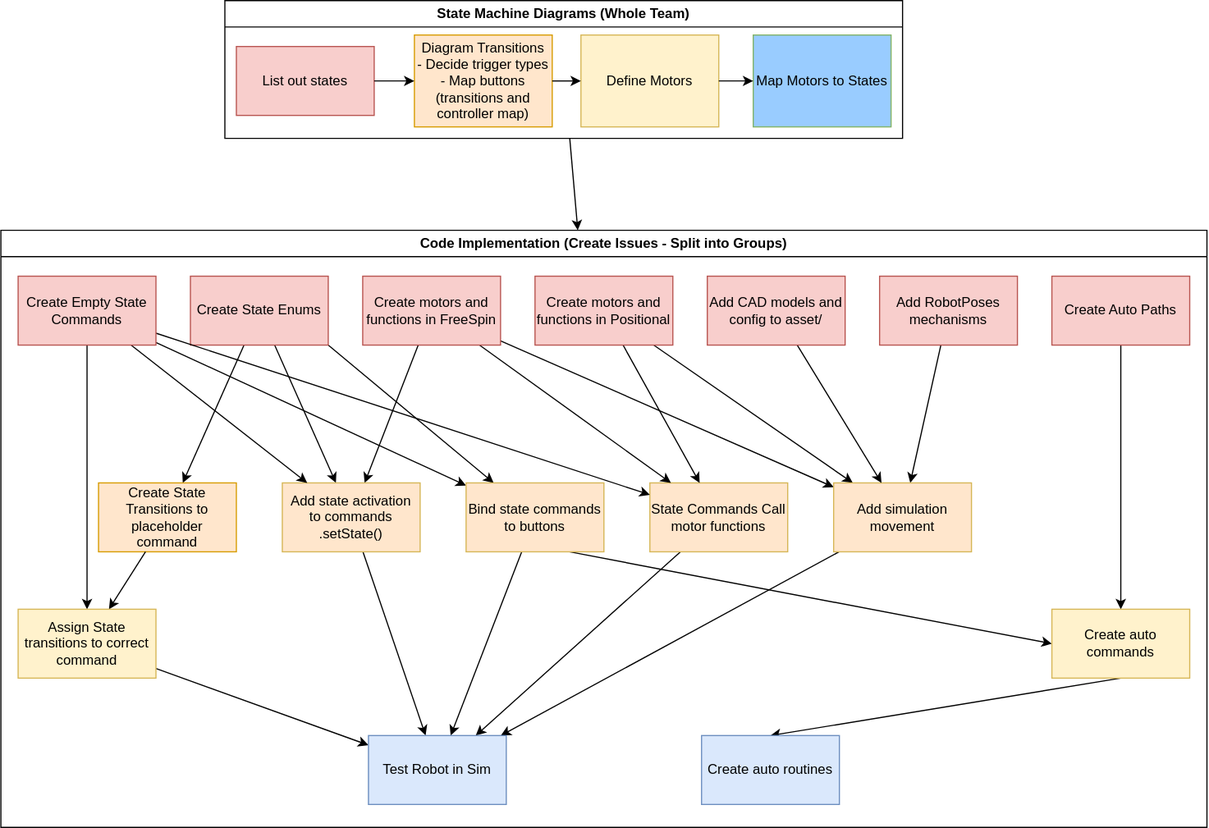
Above: design/program_order.drawio.svg in FRCTeam3255/2026_Offbot_Code (draw.io), before the change. Source tidied: cells renumbered, new cells last; positions are measured from the earlier drawing's top-left corner, leaving out a move shared by most shapes.
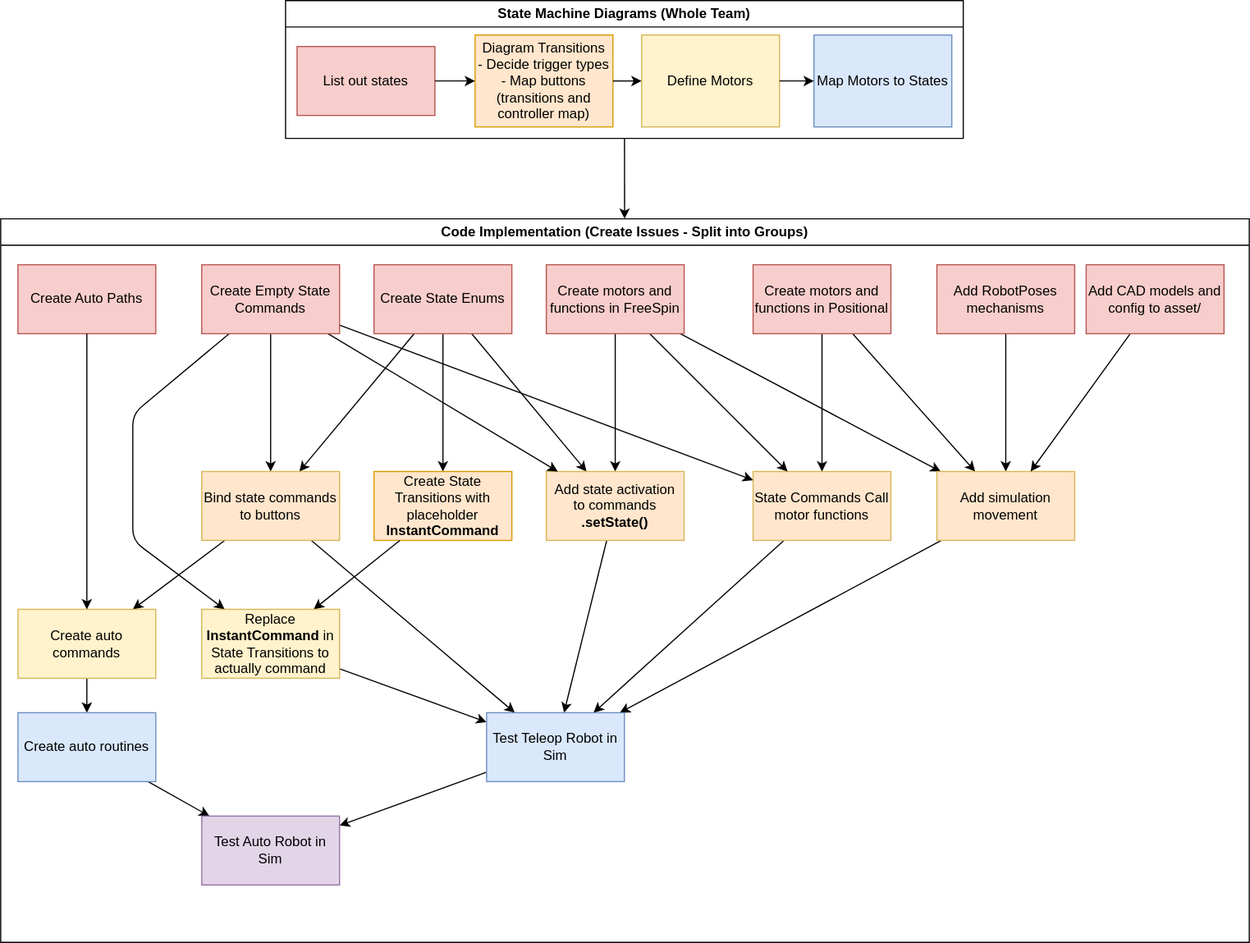
After the commit.

The edit, as a diff of the source:
```diff
@@ -6,7 +6,7 @@
       <mxGeometry relative="1" as="geometry" />
     </mxCell>
     <mxCell id="3" value="State Machine Diagrams (Whole Team)" style="swimlane;whiteSpace=wrap;html=1;" parent="1" vertex="1">
-      <mxGeometry x="195" width="590" height="120" as="geometry" />
+      <mxGeometry x="230" width="590" height="120" as="geometry" />
     </mxCell>
     <mxCell id="4" value="List out states" style="rounded=0;whiteSpace=wrap;html=1;fillColor=#f8cecc;strokeColor=#b85450;" parent="3" vertex="1">
       <mxGeometry x="10" y="40" width="120" height="60" as="geometry" />
@@ -23,14 +23,14 @@
     <mxCell id="8" style="edgeStyle=none;html=1;" parent="3" edge="1" source="5" target="7">
       <mxGeometry relative="1" as="geometry" />
     </mxCell>
-    <mxCell id="9" value="Map Motors to States" style="rounded=0;whiteSpace=wrap;html=1;fillColor=#99CCFF;strokeColor=#82b366;" parent="3" vertex="1">
+    <mxCell id="9" value="Map Motors to States" style="rounded=0;whiteSpace=wrap;html=1;fillColor=#dae8fc;strokeColor=#6c8ebf;" parent="3" vertex="1">
       <mxGeometry x="460" y="30" width="120" height="80" as="geometry" />
     </mxCell>
     <mxCell id="10" style="edgeStyle=none;html=1;" parent="3" edge="1" source="7" target="9">
       <mxGeometry relative="1" as="geometry" />
     </mxCell>
     <mxCell id="11" value="Code Implementation (Create Issues - Split into Groups)" style="swimlane;whiteSpace=wrap;html=1;" parent="1" vertex="1">
-      <mxGeometry y="200" width="1050" height="520" as="geometry" />
+      <mxGeometry x="-18" y="190" width="1087" height="630" as="geometry" />
     </mxCell>
     <mxCell id="12" style="edgeStyle=none;html=1;" parent="11" edge="1" source="15" target="17">
       <mxGeometry relative="1" as="geometry" />
@@ -38,17 +38,17 @@
     <mxCell id="13" style="edgeStyle=none;html=1;" parent="11" edge="1" source="15" target="36">
       <mxGeometry relative="1" as="geometry" />
     </mxCell>
-    <mxCell id="14" style="edgeStyle=none;html=1;exitX=1;exitY=1;exitDx=0;exitDy=0;" parent="11" edge="1" source="15" target="30">
+    <mxCell id="14" style="edgeStyle=none;html=1;" parent="11" edge="1" source="15" target="30">
       <mxGeometry relative="1" as="geometry" />
     </mxCell>
     <mxCell id="15" value="Create State Enums" style="whiteSpace=wrap;html=1;fillColor=#f8cecc;strokeColor=#b85450;" parent="11" vertex="1">
-      <mxGeometry x="165" y="40" width="120" height="60" as="geometry" />
+      <mxGeometry x="325" y="40" width="120" height="60" as="geometry" />
     </mxCell>
     <mxCell id="16" style="edgeStyle=none;html=1;" parent="11" edge="1" source="43" target="41">
       <mxGeometry relative="1" as="geometry" />
     </mxCell>
-    <mxCell id="17" value="Create State Transitions to placeholder command" style="whiteSpace=wrap;html=1;fillColor=#ffe6cc;strokeColor=#d79b00;" parent="11" vertex="1">
-      <mxGeometry x="85" y="220" width="120" height="60" as="geometry" />
+    <mxCell id="17" value="Create State Transitions with placeholder &lt;b&gt;InstantCommand&lt;/b&gt;" style="whiteSpace=wrap;html=1;fillColor=#ffe6cc;strokeColor=#d79b00;" parent="11" vertex="1">
+      <mxGeometry x="325" y="220" width="120" height="60" as="geometry" />
     </mxCell>
     <mxCell id="18" style="edgeStyle=none;html=1;" parent="11" edge="1" source="40" target="30">
       <mxGeometry relative="1" as="geometry" />
@@ -57,7 +57,7 @@
       <mxGeometry relative="1" as="geometry" />
     </mxCell>
     <mxCell id="20" value="State Commands Call motor functions" style="whiteSpace=wrap;html=1;fillColor=#FFE6CC;strokeColor=#d6b656;" parent="11" vertex="1">
-      <mxGeometry x="565" y="220" width="120" height="60" as="geometry" />
+      <mxGeometry x="655" y="220" width="120" height="60" as="geometry" />
     </mxCell>
     <mxCell id="21" style="edgeStyle=none;html=1;" parent="11" edge="1" source="24" target="20">
       <mxGeometry relative="1" as="geometry" />
@@ -69,7 +69,7 @@
       <mxGeometry relative="1" as="geometry" />
     </mxCell>
     <mxCell id="24" value="Create motors and functions in FreeSpin" style="whiteSpace=wrap;html=1;fillColor=#f8cecc;strokeColor=#b85450;" parent="11" vertex="1">
-      <mxGeometry x="315" y="40" width="120" height="60" as="geometry" />
+      <mxGeometry x="475" y="40" width="120" height="60" as="geometry" />
     </mxCell>
     <mxCell id="25" style="edgeStyle=none;html=1;" parent="11" edge="1" source="27" target="20">
       <mxGeometry relative="1" as="geometry" />
@@ -78,34 +78,34 @@
       <mxGeometry relative="1" as="geometry" />
     </mxCell>
     <mxCell id="27" value="Create motors and functions in Positional" style="whiteSpace=wrap;html=1;fillColor=#f8cecc;strokeColor=#b85450;" parent="11" vertex="1">
-      <mxGeometry x="465" y="40" width="120" height="60" as="geometry" />
+      <mxGeometry x="655" y="40" width="120" height="60" as="geometry" />
     </mxCell>
     <mxCell id="28" style="edgeStyle=none;html=1;" parent="11" edge="1" source="30" target="41">
       <mxGeometry relative="1" as="geometry" />
     </mxCell>
-    <mxCell id="29" style="edgeStyle=none;html=1;exitX=0.75;exitY=1;exitDx=0;exitDy=0;entryX=0;entryY=0.5;entryDx=0;entryDy=0;" parent="11" edge="1" source="30" target="49">
+    <mxCell id="29" style="edgeStyle=none;html=1;" parent="11" edge="1" source="30" target="49">
       <mxGeometry relative="1" as="geometry" />
     </mxCell>
     <mxCell id="30" value="Bind state commands to buttons" style="whiteSpace=wrap;html=1;fillColor=#FFE6CC;strokeColor=#d6b656;" parent="11" vertex="1">
-      <mxGeometry x="405" y="220" width="120" height="60" as="geometry" />
+      <mxGeometry x="175" y="220" width="120" height="60" as="geometry" />
     </mxCell>
     <mxCell id="31" style="edgeStyle=none;html=1;" parent="11" edge="1" source="32" target="34">
       <mxGeometry relative="1" as="geometry" />
     </mxCell>
     <mxCell id="32" value="Add RobotPoses mechanisms" style="whiteSpace=wrap;html=1;fillColor=#f8cecc;strokeColor=#b85450;" parent="11" vertex="1">
-      <mxGeometry x="765" y="40" width="120" height="60" as="geometry" />
+      <mxGeometry x="815" y="40" width="120" height="60" as="geometry" />
     </mxCell>
     <mxCell id="33" style="edgeStyle=none;html=1;" parent="11" edge="1" source="34" target="41">
       <mxGeometry relative="1" as="geometry" />
     </mxCell>
     <mxCell id="34" value="Add simulation movement" style="whiteSpace=wrap;html=1;fillColor=#FFE6CC;strokeColor=#d6b656;" parent="11" vertex="1">
-      <mxGeometry x="725" y="220" width="120" height="60" as="geometry" />
+      <mxGeometry x="815" y="220" width="120" height="60" as="geometry" />
     </mxCell>
     <mxCell id="35" style="edgeStyle=none;html=1;" parent="11" edge="1" source="36" target="41">
       <mxGeometry relative="1" as="geometry" />
     </mxCell>
-    <mxCell id="36" value="Add state activation to commands&lt;div&gt;.setState()&lt;/div&gt;" style="whiteSpace=wrap;html=1;fillColor=#FFE6CC;strokeColor=#d6b656;" parent="11" vertex="1">
-      <mxGeometry x="245" y="220" width="120" height="60" as="geometry" />
+    <mxCell id="36" value="Add state activation to commands&lt;div&gt;&lt;b&gt;.setState()&lt;/b&gt;&lt;/div&gt;" style="whiteSpace=wrap;html=1;fillColor=#FFE6CC;strokeColor=#d6b656;" parent="11" vertex="1">
+      <mxGeometry x="475" y="220" width="120" height="60" as="geometry" />
     </mxCell>
     <mxCell id="37" style="edgeStyle=none;html=1;" parent="11" edge="1" source="40" target="20">
       <mxGeometry relative="1" as="geometry" />
@@ -113,41 +113,55 @@
     <mxCell id="38" style="edgeStyle=none;html=1;" parent="11" edge="1" source="40" target="36">
       <mxGeometry relative="1" as="geometry" />
     </mxCell>
-    <mxCell id="39" style="edgeStyle=none;html=1;exitX=0.5;exitY=1;exitDx=0;exitDy=0;" parent="11" edge="1" source="40" target="43">
-      <mxGeometry relative="1" as="geometry" />
+    <mxCell id="39" style="edgeStyle=none;html=1;" parent="11" edge="1" source="40" target="43">
+      <mxGeometry relative="1" as="geometry">
+        <Array as="points">
+          <mxPoint x="115" y="170" />
+          <mxPoint x="115" y="280" />
+        </Array>
+      </mxGeometry>
     </mxCell>
     <mxCell id="40" value="Create Empty State Commands" style="whiteSpace=wrap;html=1;fillColor=#f8cecc;strokeColor=#b85450;" parent="11" vertex="1">
-      <mxGeometry x="15" y="40" width="120" height="60" as="geometry" />
+      <mxGeometry x="175" y="40" width="120" height="60" as="geometry" />
     </mxCell>
+    <mxCell id="51" style="edgeStyle=none;html=1;" parent="11" edge="1" source="41" target="53">
+      <mxGeometry relative="1" as="geometry" />
+    </mxCell>
-    <mxCell id="41" value="Test Robot in Sim" style="whiteSpace=wrap;html=1;fillColor=#dae8fc;strokeColor=#6c8ebf;" parent="11" vertex="1">
-      <mxGeometry x="320" y="440" width="120" height="60" as="geometry" />
+    <mxCell id="41" value="Test Teleop Robot in Sim" style="whiteSpace=wrap;html=1;fillColor=#dae8fc;strokeColor=#6c8ebf;" parent="11" vertex="1">
+      <mxGeometry x="423" y="430" width="120" height="60" as="geometry" />
     </mxCell>
     <mxCell id="42" style="edgeStyle=none;html=1;" parent="11" edge="1" source="17" target="43">
       <mxGeometry relative="1" as="geometry" />
     </mxCell>
-    <mxCell id="43" value="Assign State transitions to correct command" style="whiteSpace=wrap;html=1;fillColor=#fff2cc;strokeColor=#d6b656;" parent="11" vertex="1">
-      <mxGeometry x="15" y="330" width="120" height="60" as="geometry" />
+    <mxCell id="43" value="Replace &lt;b&gt;InstantCommand&lt;/b&gt;&amp;nbsp;in State Transitions to actually command" style="whiteSpace=wrap;html=1;fillColor=#fff2cc;strokeColor=#d6b656;" parent="11" vertex="1">
+      <mxGeometry x="175" y="340" width="120" height="60" as="geometry" />
     </mxCell>
     <mxCell id="44" style="edgeStyle=none;html=1;" parent="11" edge="1" source="45" target="34">
       <mxGeometry relative="1" as="geometry" />
     </mxCell>
     <mxCell id="45" value="Add CAD models and config to asset/" style="whiteSpace=wrap;html=1;fillColor=#f8cecc;strokeColor=#b85450;" parent="11" vertex="1">
-      <mxGeometry x="615" y="40" width="120" height="60" as="geometry" />
+      <mxGeometry x="945" y="40" width="120" height="60" as="geometry" />
     </mxCell>
-    <mxCell id="46" style="edgeStyle=none;html=1;exitX=0.5;exitY=1;exitDx=0;exitDy=0;entryX=0.5;entryY=0;entryDx=0;entryDy=0;" parent="11" edge="1" source="47" target="49">
-      <mxGeometry relative="1" as="geometry" />
-    </mxCell>
-    <mxCell id="47" value="Create Auto Paths" style="rounded=0;whiteSpace=wrap;html=1;fillColor=#f8cecc;strokeColor=#b85450;" parent="11" vertex="1">
-      <mxGeometry x="915" y="40" width="120" height="60" as="geometry" />
-    </mxCell>
-    <mxCell id="48" style="edgeStyle=none;html=1;exitX=0.5;exitY=1;exitDx=0;exitDy=0;entryX=0.5;entryY=0;entryDx=0;entryDy=0;" parent="11" edge="1" source="49" target="50">
+    <mxCell id="48" style="edgeStyle=none;html=1;" parent="11" edge="1" source="49" target="50">
       <mxGeometry relative="1" as="geometry" />
     </mxCell>
     <mxCell id="49" value="Create auto commands" style="rounded=0;whiteSpace=wrap;html=1;fillColor=#fff2cc;strokeColor=#d6b656;" parent="11" vertex="1">
-      <mxGeometry x="915" y="330" width="120" height="60" as="geometry" />
+      <mxGeometry x="15" y="340" width="120" height="60" as="geometry" />
     </mxCell>
+    <mxCell id="52" style="edgeStyle=none;html=1;" parent="11" edge="1" source="50" target="53">
+      <mxGeometry relative="1" as="geometry" />
+    </mxCell>
     <mxCell id="50" value="Create auto routines" style="rounded=0;whiteSpace=wrap;html=1;fillColor=#dae8fc;strokeColor=#6c8ebf;" parent="11" vertex="1">
-      <mxGeometry x="610" y="440" width="120" height="60" as="geometry" />
+      <mxGeometry x="15" y="430" width="120" height="60" as="geometry" />
     </mxCell>
+    <mxCell id="47" value="Create Auto Paths" style="rounded=0;whiteSpace=wrap;html=1;fillColor=#f8cecc;strokeColor=#b85450;" parent="11" vertex="1">
+      <mxGeometry x="15" y="40" width="120" height="60" as="geometry" />
+    </mxCell>
+    <mxCell id="46" style="edgeStyle=none;html=1;" parent="11" edge="1" source="47" target="49">
+      <mxGeometry relative="1" as="geometry" />
+    </mxCell>
+    <mxCell id="53" value="Test Auto Robot in Sim" style="rounded=0;whiteSpace=wrap;html=1;fillColor=#e1d5e7;strokeColor=#9673a6;" parent="11" vertex="1">
+      <mxGeometry x="175" y="520" width="120" height="60" as="geometry" />
+    </mxCell>
   </root>
 </mxGraphModel>
```
